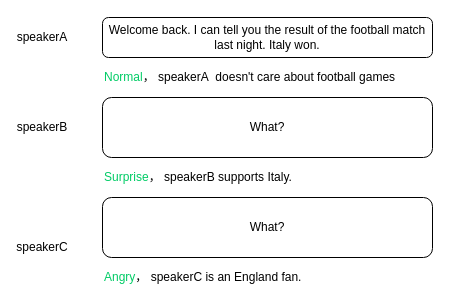
fpcsong/diagram keeps this draw.io diagram as userpersonaerc.drawio. Above is the earlier version. Source tidied: cells renumbered, new cells numbered last; positions are measured from the earlier drawing's top-left corner, leaving out a move shared by most shapes. Both pictures are drawn from the tidied source at 100%, with x=0, y=0 at pixel (22, 17).
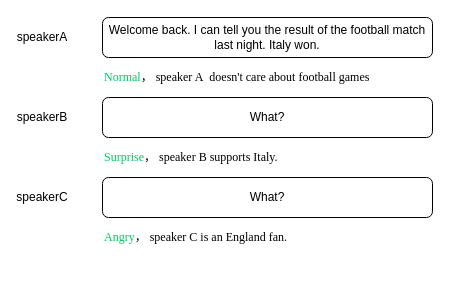
Above is the later version.

The edit, as a diff of the source:
```diff
@@
 <mxGraphModel>
   <root>
     <mxCell id="0" />
     <mxCell id="1" parent="0" />
     <mxCell id="2" value="Welcome back. I can tell you the result of the football match last night. Italy won." style="rounded=1;whiteSpace=wrap;html=1;" parent="1" vertex="1">
       <mxGeometry x="80" width="330" height="40" as="geometry" />
     </mxCell>
     <mxCell id="3" value="What?" style="rounded=1;whiteSpace=wrap;html=1;" parent="1" vertex="1">
-      <mxGeometry x="80" y="80" width="330" height="60" as="geometry" />
+      <mxGeometry x="80" y="80" width="330" height="40" as="geometry" />
     </mxCell>
     <mxCell id="4" value="What?" style="rounded=1;whiteSpace=wrap;html=1;" parent="1" vertex="1">
-      <mxGeometry x="80" y="180" width="330" height="60" as="geometry" />
+      <mxGeometry x="80" y="160" width="330" height="40" as="geometry" />
     </mxCell>
-    <mxCell id="5" value="&lt;font color=&quot;#00cc66&quot;&gt;Normal&lt;/font&gt;， speakerA&amp;nbsp; doesn't care about football games" style="text;html=1;strokeColor=none;fillColor=none;align=left;verticalAlign=middle;whiteSpace=wrap;rounded=0;" parent="1" vertex="1">
+    <mxCell id="5" value="&lt;font face=&quot;Times New Roman&quot;&gt;&lt;font color=&quot;#00cc66&quot;&gt;Normal&lt;/font&gt;， speaker A&amp;nbsp; doesn't care about football games&lt;/font&gt;" style="text;html=1;strokeColor=none;fillColor=none;align=left;verticalAlign=middle;whiteSpace=wrap;rounded=0;" parent="1" vertex="1">
       <mxGeometry x="80" y="50" width="330" height="20" as="geometry" />
     </mxCell>
     <mxCell id="6" value="speakerA" style="text;html=1;strokeColor=none;fillColor=none;align=center;verticalAlign=middle;whiteSpace=wrap;rounded=0;" parent="1" vertex="1">
       <mxGeometry y="10" width="40" height="20" as="geometry" />
     </mxCell>
     <mxCell id="7" value="speakerB" style="text;html=1;strokeColor=none;fillColor=none;align=center;verticalAlign=middle;whiteSpace=wrap;rounded=0;" parent="1" vertex="1">
-      <mxGeometry y="100" width="40" height="20" as="geometry" />
+      <mxGeometry y="90" width="40" height="20" as="geometry" />
     </mxCell>
     <mxCell id="8" value="speakerC" style="text;html=1;strokeColor=none;fillColor=none;align=center;verticalAlign=middle;whiteSpace=wrap;rounded=0;" parent="1" vertex="1">
-      <mxGeometry y="220" width="40" height="20" as="geometry" />
+      <mxGeometry y="170" width="40" height="20" as="geometry" />
     </mxCell>
-    <mxCell id="9" value="&lt;font color=&quot;#00cc66&quot;&gt;Surprise&lt;/font&gt;， speakerB supports Italy." style="text;html=1;strokeColor=none;fillColor=none;align=left;verticalAlign=middle;whiteSpace=wrap;rounded=0;" parent="1" vertex="1">
-      <mxGeometry x="80" y="150" width="330" height="20" as="geometry" />
+    <mxCell id="9" value="&lt;font face=&quot;Times New Roman&quot;&gt;&lt;font color=&quot;#00cc66&quot;&gt;Surprise&lt;/font&gt;， speaker B supports Italy.&lt;/font&gt;" style="text;html=1;strokeColor=none;fillColor=none;align=left;verticalAlign=middle;whiteSpace=wrap;rounded=0;" parent="1" vertex="1">
+      <mxGeometry x="80" y="130" width="330" height="20" as="geometry" />
     </mxCell>
-    <mxCell id="10" value="&lt;font color=&quot;#00cc66&quot;&gt;Angry&lt;/font&gt;， speakerC is an England fan." style="text;html=1;strokeColor=none;fillColor=none;align=left;verticalAlign=middle;whiteSpace=wrap;rounded=0;" parent="1" vertex="1">
-      <mxGeometry x="80" y="250" width="330" height="20" as="geometry" />
+    <mxCell id="10" value="&lt;font face=&quot;Times New Roman&quot;&gt;&lt;font color=&quot;#00cc66&quot;&gt;Angry&lt;/font&gt;， speaker C is an England fan.&lt;/font&gt;" style="text;html=1;strokeColor=none;fillColor=none;align=left;verticalAlign=middle;whiteSpace=wrap;rounded=0;" parent="1" vertex="1">
+      <mxGeometry x="80" y="210" width="330" height="20" as="geometry" />
     </mxCell>
   </root>
 </mxGraphModel>
```
